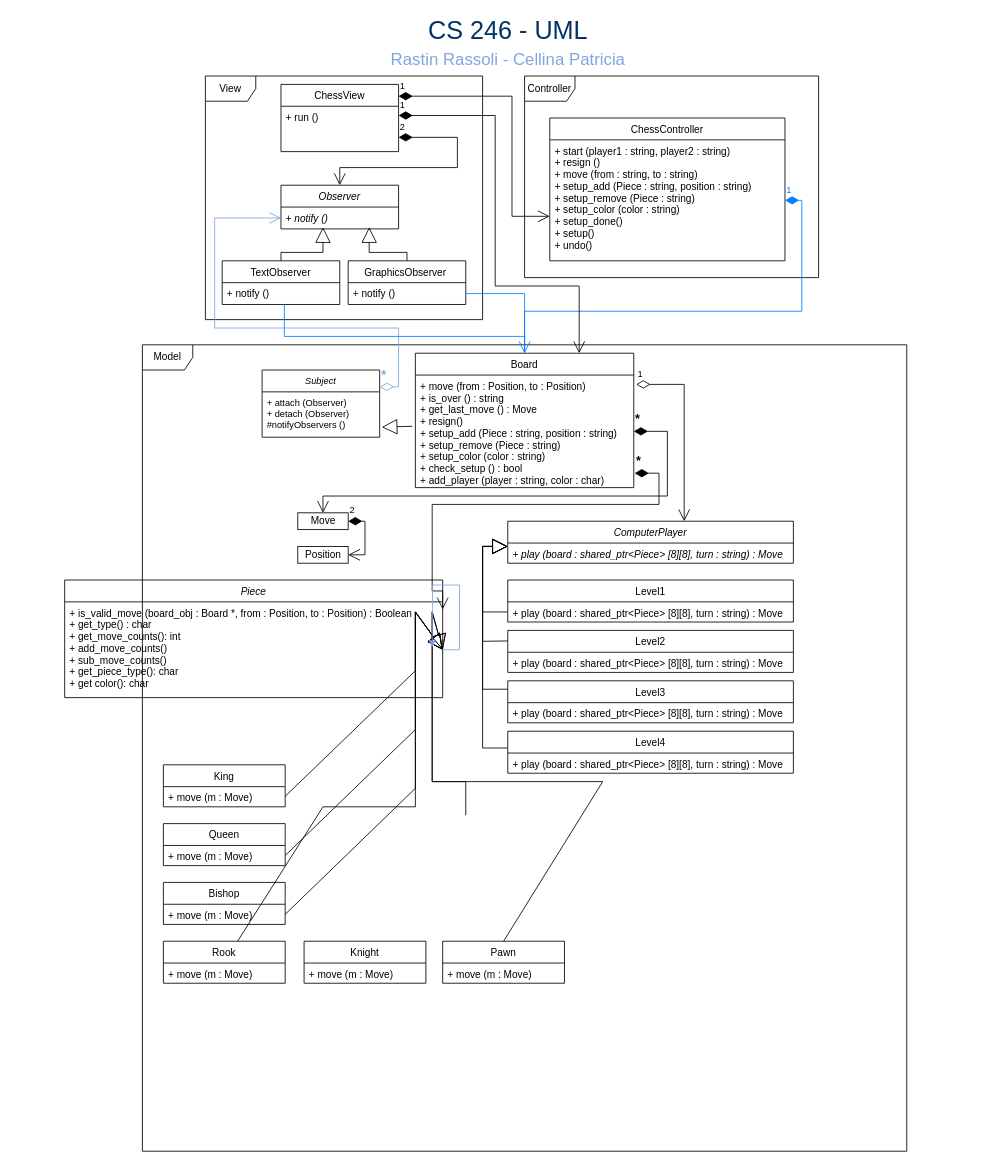
Earlier version of the draw.io diagram ChessUML.drawio (rastin1379/CS_246_Project). Source tidied: cells renumbered, new cells numbered last; positions are measured from the earlier drawing's top-left corner, leaving out a move shared by most shapes. Both pictures are drawn from the tidied source at 84%, with x=0, y=0 at pixel (64, 17).
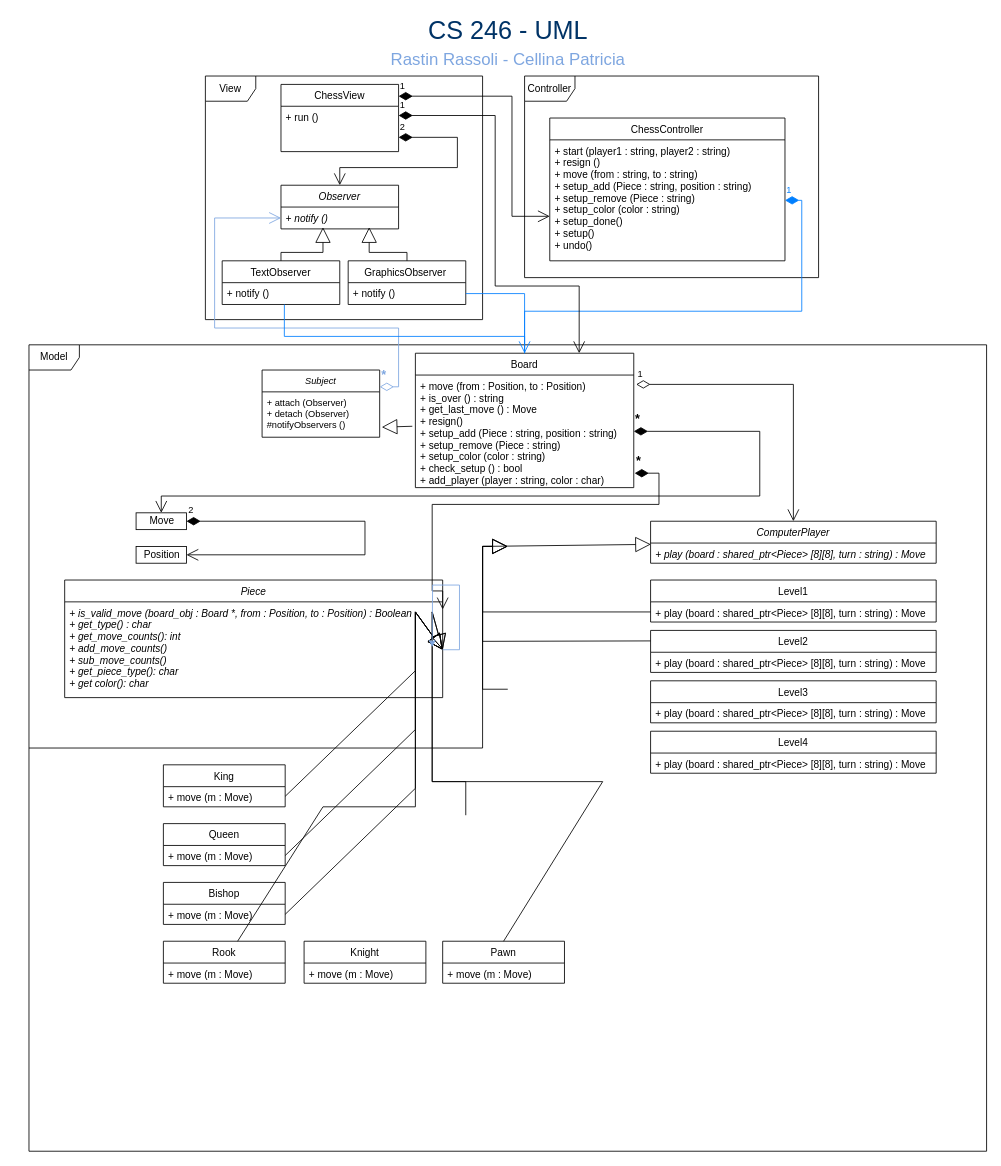
The same diagram, later.

The change refers to these unchanged cells:
```xml
<mxCell id="18" value="+ move (from : Position, to : Position) &#10;+ is_over () : string &#10;+ get_last_move () : Move&#10;+ resign()&#10;+ setup_add (Piece : string, position : string)&#10;+ setup_remove (Piece : string)&#10;+ setup_color (color : string)&#10;+ check_setup () : bool&#10;+ add_player (player : string, color : char)" style="text;strokeColor=none;fillColor=none;align=left;verticalAlign=top;spacingLeft=4;spacingRight=4;overflow=hidden;points=[[0,0.5],[1,0.5]];portConstraint=eastwest;" parent="17" vertex="1">
  <mxGeometry y="26" width="260" height="134" as="geometry" />
</mxCell>
<mxCell id="20" value="+ play (board : shared_ptr&lt;Piece&gt; [8][8], turn : string) : Move" style="text;strokeColor=none;fillColor=none;align=left;verticalAlign=top;spacingLeft=4;spacingRight=4;overflow=hidden;points=[[0,0.5],[1,0.5]];portConstraint=eastwest;fontStyle=2;" parent="19" vertex="1">
  <mxGeometry y="26" width="340" height="24" as="geometry" />
</mxCell>
<mxCell id="41" value="Piece" style="swimlane;fontStyle=2;horizontal=1;startSize=26;fillColor=none;" parent="1" vertex="1">
  <mxGeometry x="0.5" y="670" width="450" height="140" as="geometry" />
</mxCell>
```

What changed in the source:
```diff
@@
     <mxCell id="4" value="Model" style="shape=umlFrame;whiteSpace=wrap;html=1;" parent="1" vertex="1">
-      <mxGeometry x="93" y="390" width="910" height="960" as="geometry" />
+      <mxGeometry x="-42" y="390" width="1140" height="960" as="geometry" />
     </mxCell>
@@
     <mxCell id="19" value="ComputerPlayer" style="swimlane;fontStyle=2;horizontal=1;startSize=26;fillColor=none;" parent="1" vertex="1">
-      <mxGeometry x="528" y="600" width="340" height="50" as="geometry" />
+      <mxGeometry x="698" y="600" width="340" height="50" as="geometry" />
     </mxCell>
@@
     <mxCell id="21" value="Level1" style="swimlane;fontStyle=0;horizontal=1;startSize=26;fillColor=none;" parent="1" vertex="1">
-      <mxGeometry x="528" y="670" width="340" height="50" as="geometry" />
+      <mxGeometry x="698" y="670" width="340" height="50" as="geometry" />
     </mxCell>
@@
     <mxCell id="23" value="Level2" style="swimlane;fontStyle=0;horizontal=1;startSize=26;fillColor=none;" parent="1" vertex="1">
-      <mxGeometry x="528" y="730" width="340" height="50" as="geometry" />
+      <mxGeometry x="698" y="730" width="340" height="50" as="geometry" />
     </mxCell>
@@
     <mxCell id="25" value="Level3" style="swimlane;fontStyle=0;horizontal=1;startSize=26;fillColor=none;" parent="1" vertex="1">
-      <mxGeometry x="528" y="790" width="340" height="50" as="geometry" />
+      <mxGeometry x="698" y="790" width="340" height="50" as="geometry" />
     </mxCell>
@@
     <mxCell id="27" value="Level4" style="swimlane;fontStyle=0;horizontal=1;startSize=26;fillColor=none;" parent="1" vertex="1">
-      <mxGeometry x="528" y="850" width="340" height="50" as="geometry" />
+      <mxGeometry x="698" y="850" width="340" height="50" as="geometry" />
     </mxCell>
@@
-    <mxCell id="32" style="endArrow=block;endSize=16;endFill=0;html=1;rounded=0;" parent="1" edge="1">
+    <mxCell id="32" style="endArrow=block;endSize=16;endFill=0;html=1;rounded=0;entryX=0.001;entryY=0.064;entryDx=0;entryDy=0;entryPerimeter=0;" parent="1" edge="1" source="4" target="20">
       <mxGeometry relative="1" as="geometry">
-        <mxPoint x="528" y="870" as="sourcePoint" />
-        <mxPoint x="528" y="630" as="targetPoint" />
         <Array as="points">
           <mxPoint x="498" y="870" />
           <mxPoint x="498" y="630" />
         </Array>
       </mxGeometry>
     </mxCell>
     <mxCell id="33" value="1" style="endArrow=open;html=1;endSize=12;startArrow=diamondThin;startSize=14;startFill=0;edgeStyle=orthogonalEdgeStyle;align=left;verticalAlign=bottom;rounded=0;exitX=1.011;exitY=0.083;exitDx=0;exitDy=0;exitPerimeter=0;" parent="1" edge="1" source="18" target="19">
       <mxGeometry x="-1" y="3" relative="1" as="geometry">
         <Array as="points">
-          <mxPoint x="738" y="437" />
+          <mxPoint x="868" y="437" />
         </Array>
       </mxGeometry>
     </mxCell>
@@
     <mxCell id="37" value="Move" style="html=1;" parent="1" vertex="1">
-      <mxGeometry x="278" y="590" width="60" height="20" as="geometry" />
+      <mxGeometry x="85.5" y="590" width="60" height="20" as="geometry" />
     </mxCell>
     <mxCell id="38" value="Position" style="html=1;" parent="1" vertex="1">
-      <mxGeometry x="278" y="630" width="60" height="20" as="geometry" />
+      <mxGeometry x="85.5" y="630" width="60" height="20" as="geometry" />
     </mxCell>
     <mxCell id="39" value="&lt;font style=&quot;font-size: 15px&quot;&gt;&lt;b&gt;*&lt;/b&gt;&lt;/font&gt;" style="endArrow=open;html=1;endSize=12;startArrow=diamondThin;startSize=14;startFill=1;edgeStyle=orthogonalEdgeStyle;align=left;verticalAlign=bottom;rounded=0;entryX=0.5;entryY=0;entryDx=0;entryDy=0;exitX=1;exitY=0.5;exitDx=0;exitDy=0;" parent="1" edge="1" source="18" target="37">
       <mxGeometry x="-1" y="3" relative="1" as="geometry">
         <Array as="points">
-          <mxPoint x="718" y="493" />
-          <mxPoint x="718" y="570" />
-          <mxPoint x="308" y="570" />
+          <mxPoint x="828" y="493" />
+          <mxPoint x="828" y="570" />
+          <mxPoint x="115" y="570" />
         </Array>
       </mxGeometry>
     </mxCell>
@@
-    <mxCell id="42" value="+ is_valid_move (board_obj : Board *, from : Position, to : Position) : Boolean &#10;+ get_type() : char&#10;+ get_move_counts(): int&#10;+ add_move_counts()&#10;+ sub_move_counts()&#10;+ get_piece_type(): char&#10;+ get color(): char&#10;" style="text;strokeColor=none;fillColor=none;align=left;verticalAlign=top;spacingLeft=4;spacingRight=4;overflow=hidden;points=[[0,0.5],[1,0.5]];portConstraint=eastwest;fontStyle=0;" parent="41" vertex="1">
+    <mxCell id="42" value="+ is_valid_move (board_obj : Board *, from : Position, to : Position) : Boolean &#10;+ get_type() : char&#10;+ get_move_counts(): int&#10;+ add_move_counts()&#10;+ sub_move_counts()&#10;+ get_piece_type(): char&#10;+ get color(): char&#10;" style="text;strokeColor=none;fillColor=none;align=left;verticalAlign=top;spacingLeft=4;spacingRight=4;overflow=hidden;points=[[0,0.5],[1,0.5]];portConstraint=eastwest;fontStyle=2;" parent="41" vertex="1">
       <mxGeometry y="26" width="450" height="114" as="geometry" />
     </mxCell>
```
